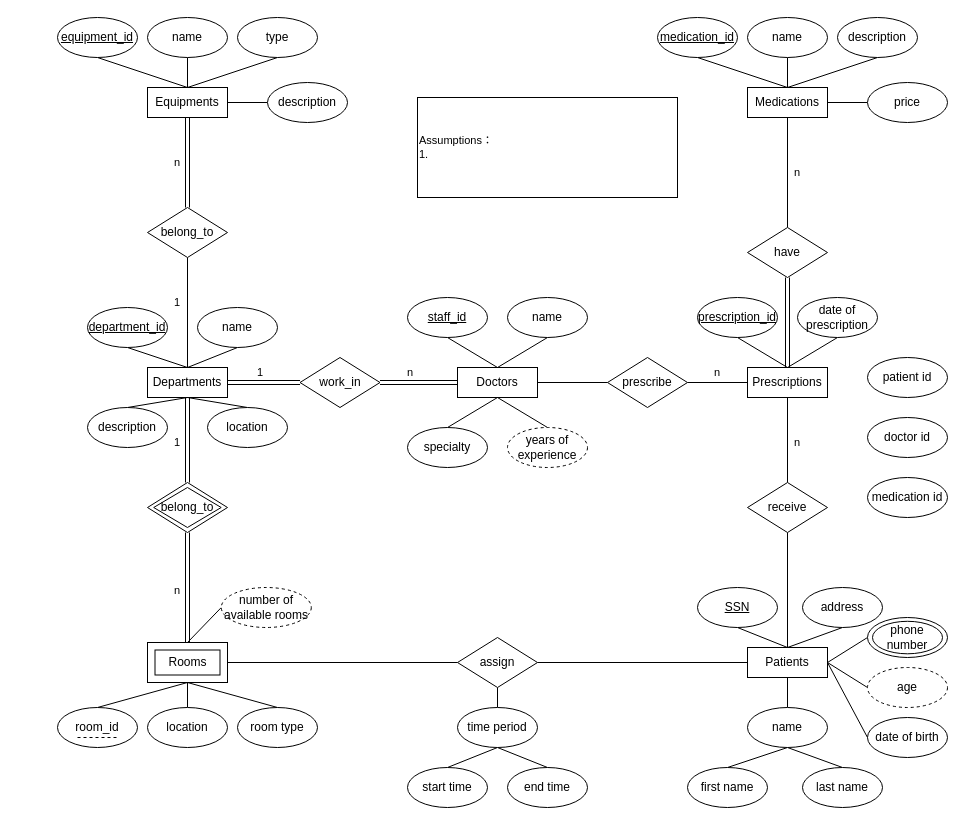
Earlier version of the draw.io diagram Untitled Diagram.drawio (honglishi/data-analyst). Source tidied: cells renumbered, new cells numbered last; positions are measured from the earlier drawing's top-left corner, leaving out a move shared by most shapes. Both pictures are drawn from the tidied source at 100%, with x=0, y=0 at pixel (57, 17).
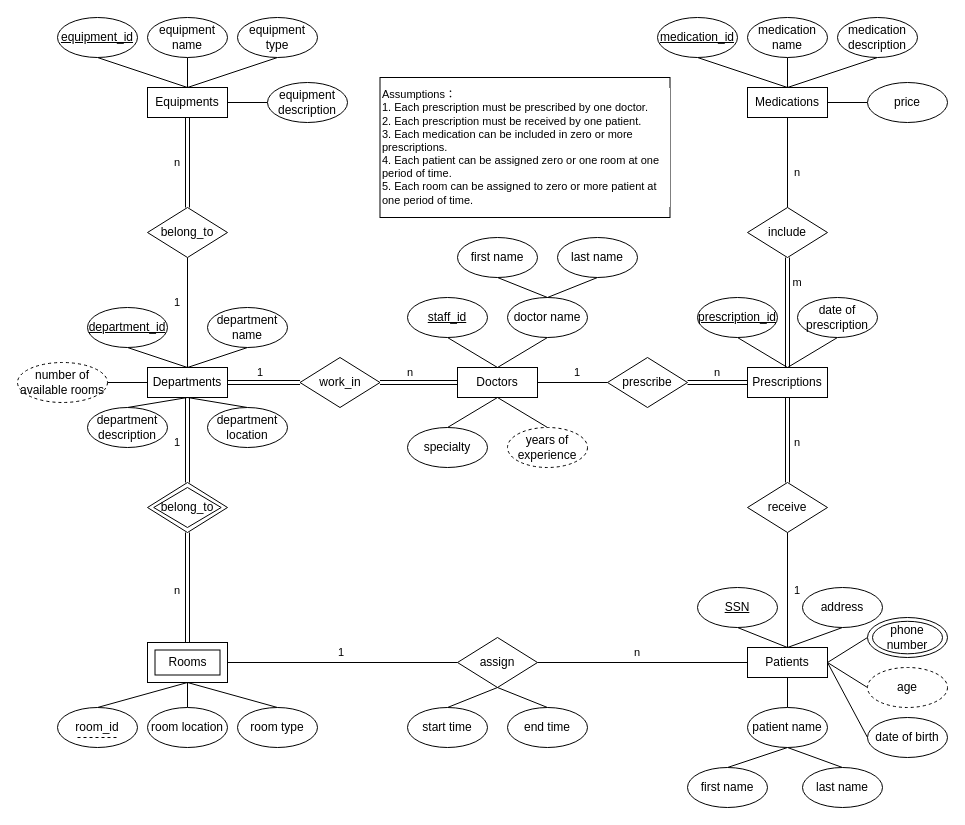
Above is the later version.

Unchanged cells that the change refers to:
```xml
<mxCell id="5" value="Departments" style="rounded=0;whiteSpace=wrap;html=1;" parent="1" vertex="1">
  <mxGeometry x="90" y="350" width="80" height="30" as="geometry" />
</mxCell>
<mxCell id="6" value="Prescriptions" style="rounded=0;whiteSpace=wrap;html=1;" parent="1" vertex="1">
  <mxGeometry x="690" y="350" width="80" height="30" as="geometry" />
</mxCell>
<mxCell id="14" style="rounded=0;whiteSpace=wrap;html=1;" parent="1" vertex="1">
  <mxGeometry x="90" y="625" width="80" height="40" as="geometry" />
</mxCell>
<mxCell id="81" value="prescribe" style="rhombus;whiteSpace=wrap;html=1;" parent="1" vertex="1">
  <mxGeometry x="550" y="340" width="80" height="50" as="geometry" />
</mxCell>
<mxCell id="87" value="receive" style="rhombus;whiteSpace=wrap;html=1;" parent="1" vertex="1">
  <mxGeometry x="690" y="465" width="80" height="50" as="geometry" />
</mxCell>
<mxCell id="91" value="assign" style="rhombus;whiteSpace=wrap;html=1;" parent="1" vertex="1">
  <mxGeometry x="400" y="620" width="80" height="50" as="geometry" />
</mxCell>
```

The edit, as a diff of the source:
```diff
@@
-    <mxCell id="22" value="name" style="ellipse;whiteSpace=wrap;html=1;align=center;" parent="1" vertex="1">
+    <mxCell id="22" value="equipment name" style="ellipse;whiteSpace=wrap;html=1;align=center;" parent="1" vertex="1">
       <mxGeometry x="90" width="80" height="40" as="geometry" />
     </mxCell>
@@
-    <mxCell id="24" value="type" style="ellipse;whiteSpace=wrap;html=1;align=center;" parent="1" vertex="1">
+    <mxCell id="24" value="equipment type" style="ellipse;whiteSpace=wrap;html=1;align=center;" parent="1" vertex="1">
       <mxGeometry x="180" width="80" height="40" as="geometry" />
     </mxCell>
-    <mxCell id="25" value="description" style="ellipse;whiteSpace=wrap;html=1;align=center;" parent="1" vertex="1">
+    <mxCell id="25" value="equipment description" style="ellipse;whiteSpace=wrap;html=1;align=center;" parent="1" vertex="1">
       <mxGeometry x="210" y="65" width="80" height="40" as="geometry" />
     </mxCell>
@@
-    <mxCell id="29" value="name" style="ellipse;whiteSpace=wrap;html=1;align=center;" parent="1" vertex="1">
-      <mxGeometry x="140" y="290" width="80" height="40" as="geometry" />
+    <mxCell id="29" value="department name" style="ellipse;whiteSpace=wrap;html=1;align=center;" parent="1" vertex="1">
+      <mxGeometry x="150" y="290" width="80" height="40" as="geometry" />
     </mxCell>
@@
-    <mxCell id="31" value="description" style="ellipse;whiteSpace=wrap;html=1;align=center;" parent="1" vertex="1">
+    <mxCell id="31" value="department description" style="ellipse;whiteSpace=wrap;html=1;align=center;" parent="1" vertex="1">
       <mxGeometry x="30" y="390" width="80" height="40" as="geometry" />
     </mxCell>
@@
-    <mxCell id="33" value="location" style="ellipse;whiteSpace=wrap;html=1;align=center;" parent="1" vertex="1">
+    <mxCell id="33" value="department location" style="ellipse;whiteSpace=wrap;html=1;align=center;" parent="1" vertex="1">
       <mxGeometry x="150" y="390" width="80" height="40" as="geometry" />
     </mxCell>
@@
+    <mxCell id="113" style="edgeStyle=none;shape=connector;rounded=0;jettySize=auto;html=1;exitX=0.5;exitY=0;exitDx=0;exitDy=0;entryX=0.5;entryY=1;entryDx=0;entryDy=0;strokeColor=default;align=center;verticalAlign=middle;fontFamily=Helvetica;fontSize=11;fontColor=default;labelBackgroundColor=default;endArrow=none;endFill=0;" parent="1" edge="1" source="37" target="120">
+      <mxGeometry relative="1" as="geometry" />
+    </mxCell>
-    <mxCell id="37" value="name" style="ellipse;whiteSpace=wrap;html=1;align=center;" parent="1" vertex="1">
+    <mxCell id="37" value="doctor name" style="ellipse;whiteSpace=wrap;html=1;align=center;" parent="1" vertex="1">
       <mxGeometry x="450" y="280" width="80" height="40" as="geometry" />
     </mxCell>
@@
-    <mxCell id="45" value="name" style="ellipse;whiteSpace=wrap;html=1;align=center;" parent="1" vertex="1">
+    <mxCell id="45" value="medication name" style="ellipse;whiteSpace=wrap;html=1;align=center;" parent="1" vertex="1">
       <mxGeometry x="690" width="80" height="40" as="geometry" />
     </mxCell>
@@
-    <mxCell id="47" value="description" style="ellipse;whiteSpace=wrap;html=1;align=center;" parent="1" vertex="1">
+    <mxCell id="47" value="medication description" style="ellipse;whiteSpace=wrap;html=1;align=center;" parent="1" vertex="1">
       <mxGeometry x="780" width="80" height="40" as="geometry" />
     </mxCell>
@@
-    <mxCell id="55" value="patient id" style="ellipse;whiteSpace=wrap;html=1;align=center;" parent="1" vertex="1">
-      <mxGeometry x="810" y="340" width="80" height="40" as="geometry" />
-    </mxCell>
-    <mxCell id="56" value="doctor id" style="ellipse;whiteSpace=wrap;html=1;align=center;" parent="1" vertex="1">
-      <mxGeometry x="810" y="400" width="80" height="40" as="geometry" />
-    </mxCell>
-    <mxCell id="57" value="medication id" style="ellipse;whiteSpace=wrap;html=1;align=center;" parent="1" vertex="1">
-      <mxGeometry x="810" y="460" width="80" height="40" as="geometry" />
-    </mxCell>
@@
-    <mxCell id="60" value="name" style="ellipse;whiteSpace=wrap;html=1;align=center;" parent="1" vertex="1">
+    <mxCell id="60" value="patient name" style="ellipse;whiteSpace=wrap;html=1;align=center;" parent="1" vertex="1">
       <mxGeometry x="690" y="690" width="80" height="40" as="geometry" />
     </mxCell>
@@
-    <mxCell id="70" value="location" style="ellipse;whiteSpace=wrap;html=1;align=center;" parent="1" vertex="1">
+    <mxCell id="70" value="room location" style="ellipse;whiteSpace=wrap;html=1;align=center;" parent="1" vertex="1">
       <mxGeometry x="90" y="690" width="80" height="40" as="geometry" />
     </mxCell>
@@
-    <mxCell id="80" style="edgeStyle=orthogonalEdgeStyle;rounded=0;jettySize=auto;html=1;exitX=1;exitY=0.5;exitDx=0;exitDy=0;entryX=0;entryY=0.5;entryDx=0;entryDy=0;endArrow=none;endFill=0;" parent="1" edge="1" source="81" target="6">
+    <mxCell id="80" style="edgeStyle=orthogonalEdgeStyle;rounded=0;jettySize=auto;html=1;exitX=1;exitY=0.5;exitDx=0;exitDy=0;entryX=0;entryY=0.5;entryDx=0;entryDy=0;endArrow=none;endFill=0;shape=link;" parent="1" edge="1" source="81" target="6">
       <mxGeometry relative="1" as="geometry" />
     </mxCell>
@@
-    <mxCell id="84" value="have" style="rhombus;whiteSpace=wrap;html=1;" parent="1" vertex="1">
-      <mxGeometry x="690" y="210" width="80" height="50" as="geometry" />
+    <mxCell id="84" value="include" style="rhombus;whiteSpace=wrap;html=1;" parent="1" vertex="1">
+      <mxGeometry x="690" y="190" width="80" height="50" as="geometry" />
     </mxCell>
-    <mxCell id="85" style="edgeStyle=orthogonalEdgeStyle;shape=connector;rounded=0;jettySize=auto;html=1;exitX=0.5;exitY=0;exitDx=0;exitDy=0;entryX=0.5;entryY=1;entryDx=0;entryDy=0;strokeColor=default;align=center;verticalAlign=middle;fontFamily=Helvetica;fontSize=11;fontColor=default;labelBackgroundColor=default;endArrow=none;endFill=0;" parent="1" edge="1" source="87" target="6">
+    <mxCell id="85" style="edgeStyle=orthogonalEdgeStyle;shape=link;rounded=0;jettySize=auto;html=1;exitX=0.5;exitY=0;exitDx=0;exitDy=0;entryX=0.5;entryY=1;entryDx=0;entryDy=0;strokeColor=default;align=center;verticalAlign=middle;fontFamily=Helvetica;fontSize=11;fontColor=default;labelBackgroundColor=default;endArrow=none;endFill=0;" parent="1" edge="1" source="87" target="6">
       <mxGeometry relative="1" as="geometry" />
     </mxCell>
@@
-    <mxCell id="90" style="edgeStyle=none;shape=connector;rounded=0;jettySize=auto;html=1;exitX=0.5;exitY=1;exitDx=0;exitDy=0;entryX=0.5;entryY=0;entryDx=0;entryDy=0;strokeColor=default;align=center;verticalAlign=middle;fontFamily=Helvetica;fontSize=11;fontColor=default;labelBackgroundColor=default;endArrow=none;endFill=0;" parent="1" edge="1" source="91" target="109">
-      <mxGeometry relative="1" as="geometry" />
-    </mxCell>
@@
-    <mxCell id="96" style="edgeStyle=none;shape=connector;rounded=0;jettySize=auto;html=1;exitX=0;exitY=0.5;exitDx=0;exitDy=0;entryX=0.5;entryY=0;entryDx=0;entryDy=0;strokeColor=default;align=center;verticalAlign=middle;fontFamily=Helvetica;fontSize=11;fontColor=default;labelBackgroundColor=default;endArrow=none;endFill=0;" parent="1" edge="1" source="97" target="14">
-      <mxGeometry relative="1" as="geometry" />
-    </mxCell>
+    <mxCell id="114" style="edgeStyle=none;shape=connector;rounded=0;jettySize=auto;html=1;exitX=1;exitY=0.5;exitDx=0;exitDy=0;entryX=0;entryY=0.5;entryDx=0;entryDy=0;strokeColor=default;align=center;verticalAlign=middle;fontFamily=Helvetica;fontSize=11;fontColor=default;labelBackgroundColor=default;endArrow=none;endFill=0;" parent="1" edge="1" source="97" target="5">
+      <mxGeometry relative="1" as="geometry" />
+    </mxCell>
     <mxCell id="97" value="number of available rooms" style="ellipse;whiteSpace=wrap;html=1;align=center;dashed=1;" parent="1" vertex="1">
-      <mxGeometry x="163.8" y="570" width="90" height="40" as="geometry" />
+      <mxGeometry x="-40" y="345" width="90" height="40" as="geometry" />
     </mxCell>
@@
-    <mxCell id="107" style="edgeStyle=none;shape=connector;rounded=0;jettySize=auto;html=1;exitX=0.5;exitY=1;exitDx=0;exitDy=0;entryX=0.5;entryY=0;entryDx=0;entryDy=0;strokeColor=default;align=center;verticalAlign=middle;fontFamily=Helvetica;fontSize=11;fontColor=default;labelBackgroundColor=default;endArrow=none;endFill=0;" parent="1" edge="1" source="109" target="110">
-      <mxGeometry relative="1" as="geometry" />
+    <mxCell id="107" style="edgeStyle=none;shape=connector;rounded=0;jettySize=auto;html=1;exitX=0.5;exitY=1;exitDx=0;exitDy=0;entryX=0.5;entryY=0;entryDx=0;entryDy=0;strokeColor=default;align=center;verticalAlign=middle;fontFamily=Helvetica;fontSize=11;fontColor=default;labelBackgroundColor=default;endArrow=none;endFill=0;" parent="1" edge="1" target="110">
+      <mxGeometry relative="1" as="geometry">
+        <mxPoint x="440" y="670" as="sourcePoint" />
+      </mxGeometry>
     </mxCell>
-    <mxCell id="108" style="edgeStyle=none;shape=connector;rounded=0;jettySize=auto;html=1;exitX=0.5;exitY=1;exitDx=0;exitDy=0;entryX=0.5;entryY=0;entryDx=0;entryDy=0;strokeColor=default;align=center;verticalAlign=middle;fontFamily=Helvetica;fontSize=11;fontColor=default;labelBackgroundColor=default;endArrow=none;endFill=0;" parent="1" edge="1" source="109" target="111">
-      <mxGeometry relative="1" as="geometry" />
+    <mxCell id="108" style="edgeStyle=none;shape=connector;rounded=0;jettySize=auto;html=1;exitX=0.5;exitY=1;exitDx=0;exitDy=0;entryX=0.5;entryY=0;entryDx=0;entryDy=0;strokeColor=default;align=center;verticalAlign=middle;fontFamily=Helvetica;fontSize=11;fontColor=default;labelBackgroundColor=default;endArrow=none;endFill=0;" parent="1" edge="1" target="111">
+      <mxGeometry relative="1" as="geometry">
+        <mxPoint x="440" y="670" as="sourcePoint" />
+      </mxGeometry>
     </mxCell>
-    <mxCell id="109" value="time period" style="ellipse;whiteSpace=wrap;html=1;align=center;" parent="1" vertex="1">
-      <mxGeometry x="400" y="690" width="80" height="40" as="geometry" />
-    </mxCell>
     <mxCell id="110" value="start time" style="ellipse;whiteSpace=wrap;html=1;align=center;" parent="1" vertex="1">
-      <mxGeometry x="350" y="750" width="80" height="40" as="geometry" />
+      <mxGeometry x="350" y="690" width="80" height="40" as="geometry" />
     </mxCell>
     <mxCell id="111" value="end time" style="ellipse;whiteSpace=wrap;html=1;align=center;" parent="1" vertex="1">
-      <mxGeometry x="450" y="750" width="80" height="40" as="geometry" />
+      <mxGeometry x="450" y="690" width="80" height="40" as="geometry" />
     </mxCell>
-    <mxCell id="112" value="Assumptions：&lt;div&gt;1.&amp;nbsp;&lt;/div&gt;" style="rounded=0;whiteSpace=wrap;html=1;fontFamily=Helvetica;fontSize=11;fontColor=default;labelBackgroundColor=default;align=left;" parent="1" vertex="1">
-      <mxGeometry x="360" y="80" width="260" height="100" as="geometry" />
+    <mxCell id="112" value="Assumptions：&lt;div&gt;1. Each prescription must be prescribed by one doctor.&lt;/div&gt;&lt;div&gt;2. Each prescription must be received by one patient.&lt;/div&gt;&lt;div&gt;3. Each medication can be included in zero or more prescriptions.&lt;/div&gt;&lt;div&gt;4. Each patient can be assigned zero or one room at one period of time.&lt;/div&gt;&lt;div&gt;5. Each room can be assigned to zero or more patient at one period of time.&lt;/div&gt;" style="rounded=0;whiteSpace=wrap;html=1;fontFamily=Helvetica;fontSize=11;fontColor=default;labelBackgroundColor=default;align=left;" parent="1" vertex="1">
+      <mxGeometry x="322.5" y="60" width="290" height="140" as="geometry" />
     </mxCell>
+    <mxCell id="115" value="1" style="text;html=1;align=center;verticalAlign=middle;whiteSpace=wrap;rounded=0;fontFamily=Helvetica;fontSize=11;fontColor=default;labelBackgroundColor=default;" parent="1" vertex="1">
+      <mxGeometry x="490" y="340" width="60" height="30" as="geometry" />
+    </mxCell>
+    <mxCell id="116" value="1" style="text;html=1;align=center;verticalAlign=middle;whiteSpace=wrap;rounded=0;fontFamily=Helvetica;fontSize=11;fontColor=default;labelBackgroundColor=default;" parent="1" vertex="1">
+      <mxGeometry x="710" y="557.5" width="60" height="30" as="geometry" />
+    </mxCell>
+    <mxCell id="117" value="m" style="text;html=1;align=center;verticalAlign=middle;whiteSpace=wrap;rounded=0;fontFamily=Helvetica;fontSize=11;fontColor=default;labelBackgroundColor=default;" parent="1" vertex="1">
+      <mxGeometry x="710" y="250" width="60" height="30" as="geometry" />
+    </mxCell>
+    <mxCell id="118" value="1" style="text;html=1;align=center;verticalAlign=middle;whiteSpace=wrap;rounded=0;fontFamily=Helvetica;fontSize=11;fontColor=default;labelBackgroundColor=default;" parent="1" vertex="1">
+      <mxGeometry x="253.8" y="620" width="60" height="30" as="geometry" />
+    </mxCell>
+    <mxCell id="119" value="n" style="text;html=1;align=center;verticalAlign=middle;whiteSpace=wrap;rounded=0;fontFamily=Helvetica;fontSize=11;fontColor=default;labelBackgroundColor=default;" parent="1" vertex="1">
+      <mxGeometry x="550" y="620" width="60" height="30" as="geometry" />
+    </mxCell>
+    <mxCell id="120" value="first name" style="ellipse;whiteSpace=wrap;html=1;align=center;" parent="1" vertex="1">
+      <mxGeometry x="400" y="220" width="80" height="40" as="geometry" />
+    </mxCell>
+    <mxCell id="121" style="edgeStyle=none;shape=connector;rounded=0;jettySize=auto;html=1;exitX=0.5;exitY=1;exitDx=0;exitDy=0;strokeColor=default;align=center;verticalAlign=middle;fontFamily=Helvetica;fontSize=11;fontColor=default;labelBackgroundColor=default;endArrow=none;endFill=0;" parent="1" edge="1" source="122">
+      <mxGeometry relative="1" as="geometry">
+        <mxPoint x="490" y="280" as="targetPoint" />
+      </mxGeometry>
+    </mxCell>
+    <mxCell id="122" value="last name" style="ellipse;whiteSpace=wrap;html=1;align=center;" parent="1" vertex="1">
+      <mxGeometry x="500" y="220" width="80" height="40" as="geometry" />
+    </mxCell>
```
